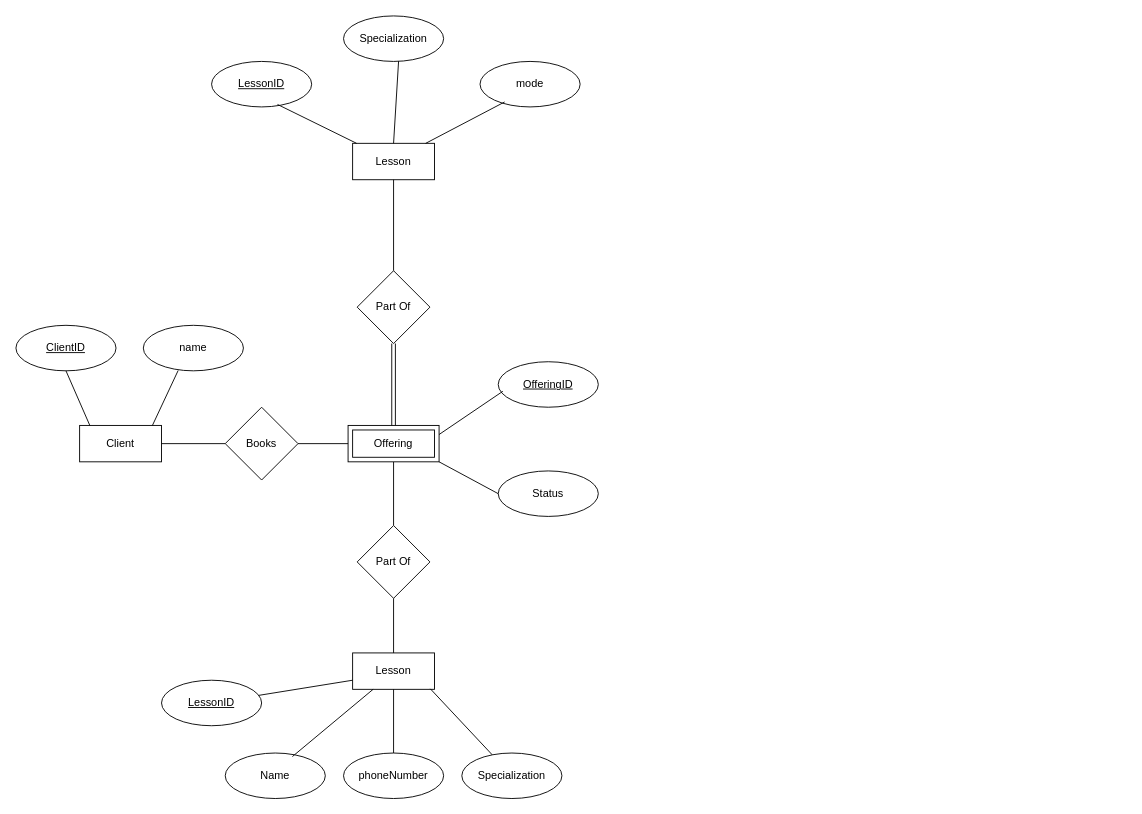
JeremyCrete/363A1 keeps this draw.io diagram as Q2.drawio. Above is the earlier version. Source tidied: cells renumbered, new cells numbered last; positions are measured from the earlier drawing's top-left corner, leaving out a move shared by most shapes. Both pictures are drawn from the tidied source at 91%, with x=0, y=0 at pixel (15, 15).
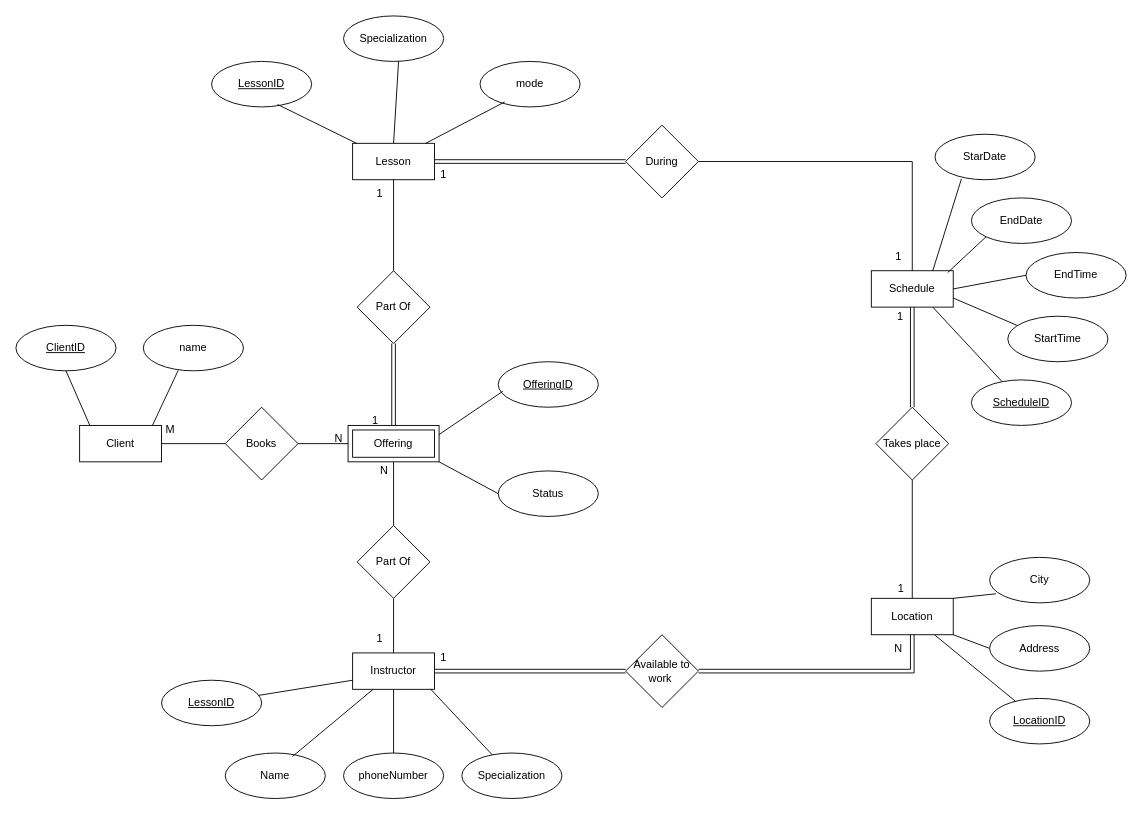
The same diagram, later.

Unchanged cells that the change refers to:
```xml
<mxCell id="12" value="Lesson" style="rounded=0;whiteSpace=wrap;html=1;" parent="1" vertex="1">
  <mxGeometry x="370" y="140" width="90" height="40" as="geometry" />
</mxCell>
```

Diff of the diagram source:
```diff
@@
+    <mxCell id="37" style="edgeStyle=orthogonalEdgeStyle;rounded=0;jettySize=auto;html=1;shape=link;" parent="1" edge="1" source="12" target="38">
+      <mxGeometry relative="1" as="geometry" />
+    </mxCell>
@@
-    <mxCell id="26" value="Lesson" style="rounded=0;whiteSpace=wrap;html=1;" parent="1" vertex="1">
+    <mxCell id="26" value="Instructor" style="rounded=0;whiteSpace=wrap;html=1;" parent="1" vertex="1">
       <mxGeometry x="370" y="700" width="90" height="40" as="geometry" />
     </mxCell>
@@
+    <mxCell id="38" value="During" style="rhombus;whiteSpace=wrap;html=1;" parent="1" vertex="1">
+      <mxGeometry x="670" y="120" width="80" height="80" as="geometry" />
+    </mxCell>
+    <mxCell id="39" value="Schedule" style="rounded=0;whiteSpace=wrap;html=1;" parent="1" vertex="1">
+      <mxGeometry x="940" y="280" width="90" height="40" as="geometry" />
+    </mxCell>
+    <mxCell id="40" style="edgeStyle=orthogonalEdgeStyle;rounded=0;jettySize=auto;html=1;shape=link;" parent="1" edge="1" source="42" target="39">
+      <mxGeometry relative="1" as="geometry" />
+    </mxCell>
+    <mxCell id="41" style="edgeStyle=orthogonalEdgeStyle;rounded=0;jettySize=auto;html=1;endArrow=none;startFill=0;" parent="1" edge="1" source="42" target="43">
+      <mxGeometry relative="1" as="geometry" />
+    </mxCell>
+    <mxCell id="42" value="Takes place" style="rhombus;whiteSpace=wrap;html=1;" parent="1" vertex="1">
+      <mxGeometry x="945" y="430" width="80" height="80" as="geometry" />
+    </mxCell>
+    <mxCell id="43" value="Location" style="rounded=0;whiteSpace=wrap;html=1;" parent="1" vertex="1">
+      <mxGeometry x="940" y="640" width="90" height="40" as="geometry" />
+    </mxCell>
+    <mxCell id="44" value="Available to work&amp;nbsp;" style="rhombus;whiteSpace=wrap;html=1;" parent="1" vertex="1">
+      <mxGeometry x="670" y="680" width="80" height="80" as="geometry" />
+    </mxCell>
+    <mxCell id="45" style="edgeStyle=orthogonalEdgeStyle;rounded=0;jettySize=auto;html=1;shape=link;entryX=1;entryY=0.5;entryDx=0;entryDy=0;exitX=0.5;exitY=1;exitDx=0;exitDy=0;" parent="1" edge="1" source="43" target="44">
+      <mxGeometry relative="1" as="geometry" />
+    </mxCell>
+    <mxCell id="46" style="edgeStyle=orthogonalEdgeStyle;rounded=0;jettySize=auto;html=1;shape=link;entryX=1;entryY=0.5;entryDx=0;entryDy=0;exitX=0;exitY=0.5;exitDx=0;exitDy=0;" parent="1" edge="1" source="44" target="26">
+      <mxGeometry relative="1" as="geometry" />
+    </mxCell>
+    <mxCell id="47" value="&lt;u&gt;LocationID&lt;/u&gt;" style="ellipse;whiteSpace=wrap;html=1;" parent="1" vertex="1">
+      <mxGeometry x="1070" y="750" width="110" height="50" as="geometry" />
+    </mxCell>
+    <mxCell id="48" value="City" style="ellipse;whiteSpace=wrap;html=1;" parent="1" vertex="1">
+      <mxGeometry x="1070" y="595" width="110" height="50" as="geometry" />
+    </mxCell>
+    <mxCell id="49" value="Address" style="ellipse;whiteSpace=wrap;html=1;" parent="1" vertex="1">
+      <mxGeometry x="1070" y="670" width="110" height="50" as="geometry" />
+    </mxCell>
+    <mxCell id="50" value="EndDate" style="ellipse;whiteSpace=wrap;html=1;" parent="1" vertex="1">
+      <mxGeometry x="1050" y="200" width="110" height="50" as="geometry" />
+    </mxCell>
+    <mxCell id="51" value="&lt;u&gt;ScheduleID&lt;/u&gt;" style="ellipse;whiteSpace=wrap;html=1;" parent="1" vertex="1">
+      <mxGeometry x="1050" y="400" width="110" height="50" as="geometry" />
+    </mxCell>
+    <mxCell id="52" value="EndTime" style="ellipse;whiteSpace=wrap;html=1;" parent="1" vertex="1">
+      <mxGeometry x="1110" y="260" width="110" height="50" as="geometry" />
+    </mxCell>
+    <mxCell id="53" value="StarDate" style="ellipse;whiteSpace=wrap;html=1;" parent="1" vertex="1">
+      <mxGeometry x="1010" y="130" width="110" height="50" as="geometry" />
+    </mxCell>
+    <mxCell id="54" value="StartTime" style="ellipse;whiteSpace=wrap;html=1;" parent="1" vertex="1">
+      <mxGeometry x="1090" y="330" width="110" height="50" as="geometry" />
+    </mxCell>
+    <mxCell id="55" style="endArrow=none;html=1;rounded=0;entryX=1;entryY=0.5;entryDx=0;entryDy=0;exitX=0.5;exitY=0;exitDx=0;exitDy=0;" parent="1" edge="1" source="39" target="38">
+      <mxGeometry relative="1" as="geometry">
+        <Array as="points">
+          <mxPoint x="985" y="160" />
+        </Array>
+      </mxGeometry>
+    </mxCell>
+    <mxCell id="56" style="endArrow=none;html=1;rounded=0;entryX=0.264;entryY=0.98;entryDx=0;entryDy=0;entryPerimeter=0;exitX=0.75;exitY=0;exitDx=0;exitDy=0;" parent="1" edge="1" source="39" target="53">
+      <mxGeometry relative="1" as="geometry" />
+    </mxCell>
+    <mxCell id="57" style="endArrow=none;html=1;rounded=0;entryX=0;entryY=1;entryDx=0;entryDy=0;exitX=0.933;exitY=0.05;exitDx=0;exitDy=0;exitPerimeter=0;" parent="1" edge="1" source="39" target="50">
+      <mxGeometry relative="1" as="geometry" />
+    </mxCell>
+    <mxCell id="58" style="endArrow=none;html=1;rounded=0;entryX=0;entryY=0.5;entryDx=0;entryDy=0;exitX=1;exitY=0.5;exitDx=0;exitDy=0;" parent="1" edge="1" source="39" target="52">
+      <mxGeometry relative="1" as="geometry" />
+    </mxCell>
+    <mxCell id="59" style="endArrow=none;html=1;rounded=0;entryX=0.091;entryY=0.2;entryDx=0;entryDy=0;entryPerimeter=0;exitX=1;exitY=0.75;exitDx=0;exitDy=0;" parent="1" edge="1" source="39" target="54">
+      <mxGeometry relative="1" as="geometry" />
+    </mxCell>
+    <mxCell id="60" style="endArrow=none;html=1;rounded=0;exitX=0.75;exitY=1;exitDx=0;exitDy=0;" parent="1" edge="1" source="39" target="51">
+      <mxGeometry relative="1" as="geometry" />
+    </mxCell>
+    <mxCell id="61" style="endArrow=none;html=1;rounded=0;entryX=0.064;entryY=0.8;entryDx=0;entryDy=0;entryPerimeter=0;exitX=1;exitY=0;exitDx=0;exitDy=0;" parent="1" edge="1" source="43" target="48">
+      <mxGeometry relative="1" as="geometry" />
+    </mxCell>
+    <mxCell id="62" style="endArrow=none;html=1;rounded=0;entryX=0;entryY=0.5;entryDx=0;entryDy=0;exitX=1;exitY=1;exitDx=0;exitDy=0;" parent="1" edge="1" source="43" target="49">
+      <mxGeometry relative="1" as="geometry" />
+    </mxCell>
+    <mxCell id="63" style="endArrow=none;html=1;rounded=0;" parent="1" edge="1" source="43" target="47">
+      <mxGeometry relative="1" as="geometry" />
+    </mxCell>
+    <mxCell id="64" value="1" style="text;html=1;align=center;verticalAlign=middle;whiteSpace=wrap;rounded=0;" parent="1" vertex="1">
+      <mxGeometry x="440" y="690" width="60" height="30" as="geometry" />
+    </mxCell>
+    <mxCell id="65" value="1" style="text;html=1;align=center;verticalAlign=middle;whiteSpace=wrap;rounded=0;" parent="1" vertex="1">
+      <mxGeometry x="370" y="670" width="60" height="30" as="geometry" />
+    </mxCell>
+    <mxCell id="66" value="1" style="text;html=1;align=center;verticalAlign=middle;whiteSpace=wrap;rounded=0;" parent="1" vertex="1">
+      <mxGeometry x="365" y="430" width="60" height="30" as="geometry" />
+    </mxCell>
+    <mxCell id="67" value="1" style="text;html=1;align=center;verticalAlign=middle;whiteSpace=wrap;rounded=0;" parent="1" vertex="1">
+      <mxGeometry x="370" y="180" width="60" height="30" as="geometry" />
+    </mxCell>
+    <mxCell id="68" value="1" style="text;html=1;align=center;verticalAlign=middle;whiteSpace=wrap;rounded=0;" parent="1" vertex="1">
+      <mxGeometry x="440" y="160" width="60" height="30" as="geometry" />
+    </mxCell>
+    <mxCell id="69" value="1" style="text;html=1;align=center;verticalAlign=middle;whiteSpace=wrap;rounded=0;" parent="1" vertex="1">
+      <mxGeometry x="940" y="250" width="60" height="30" as="geometry" />
+    </mxCell>
+    <mxCell id="70" value="1" style="text;html=1;align=center;verticalAlign=middle;whiteSpace=wrap;rounded=0;" parent="1" vertex="1">
+      <mxGeometry x="942" y="316" width="60" height="30" as="geometry" />
+    </mxCell>
+    <mxCell id="71" value="1" style="text;html=1;align=center;verticalAlign=middle;whiteSpace=wrap;rounded=0;" parent="1" vertex="1">
+      <mxGeometry x="943" y="614" width="60" height="30" as="geometry" />
+    </mxCell>
+    <mxCell id="72" value="N" style="text;html=1;align=center;verticalAlign=middle;whiteSpace=wrap;rounded=0;" parent="1" vertex="1">
+      <mxGeometry x="325" y="450" width="60" height="30" as="geometry" />
+    </mxCell>
+    <mxCell id="73" value="N" style="text;html=1;align=center;verticalAlign=middle;whiteSpace=wrap;rounded=0;" parent="1" vertex="1">
+      <mxGeometry x="940" y="680" width="60" height="30" as="geometry" />
+    </mxCell>
+    <mxCell id="74" value="N" style="text;html=1;align=center;verticalAlign=middle;whiteSpace=wrap;rounded=0;" parent="1" vertex="1">
+      <mxGeometry x="375" y="485" width="60" height="30" as="geometry" />
+    </mxCell>
+    <mxCell id="75" value="M" style="text;html=1;align=center;verticalAlign=middle;whiteSpace=wrap;rounded=0;" parent="1" vertex="1">
+      <mxGeometry x="140" y="440" width="60" height="30" as="geometry" />
+    </mxCell>
```
